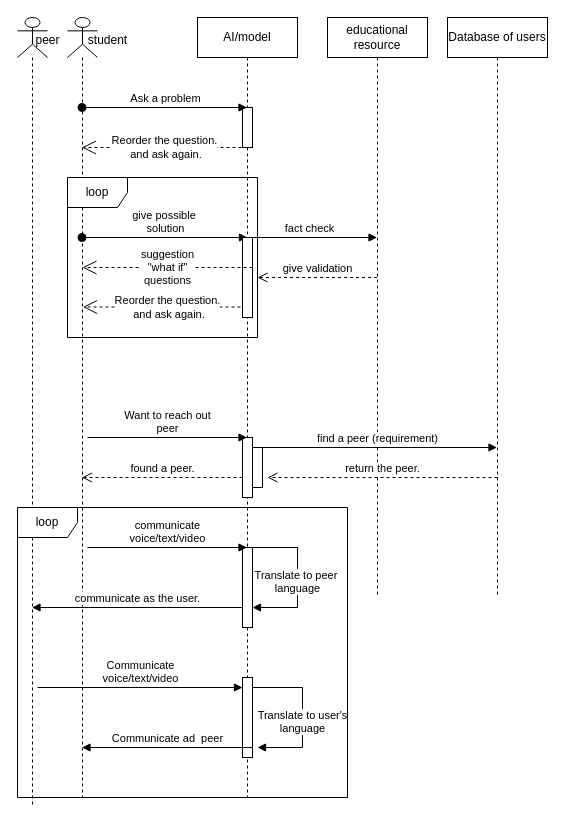
fit-s-u-m/drawings keeps this draw.io diagram as ITU_AI_For_good.drawio. Above is the earlier version. Source tidied: cells renumbered, new cells numbered last; positions are measured from the earlier drawing's top-left corner, leaving out a move shared by most shapes. Both pictures are drawn from the tidied source at 100%, with x=0, y=0 at pixel (17, 17).
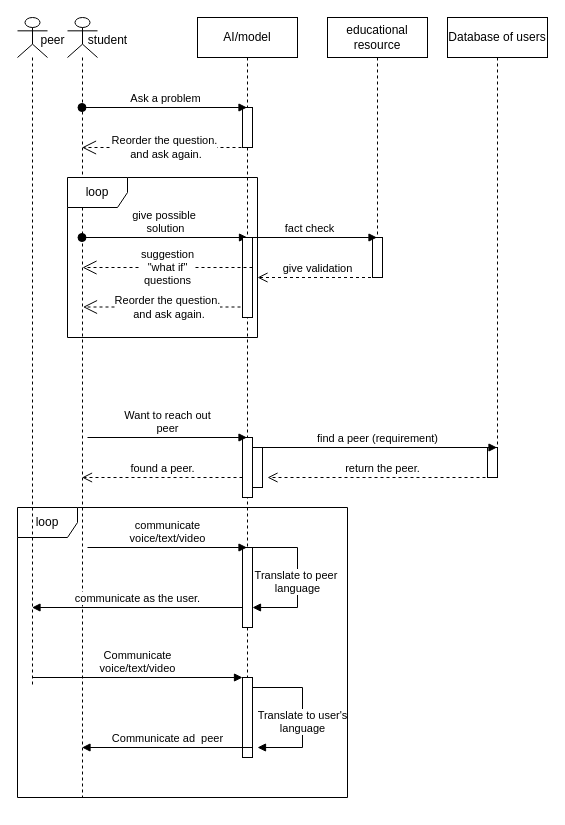
The same diagram, later.

Unchanged cells that the change refers to:
```xml
<mxCell id="8" style="html=1;points=[[0,0,0,0,5],[0,1,0,0,-5],[1,0,0,0,5],[1,1,0,0,-5]];perimeter=orthogonalPerimeter;outlineConnect=0;targetShapes=umlLifeline;portConstraint=eastwest;newEdgeStyle={&quot;curved&quot;:0,&quot;rounded&quot;:0};" parent="3" vertex="1">
  <mxGeometry x="45" y="660" width="10" height="80" as="geometry" />
</mxCell>
```

Change to the diagram source:
```diff
@@
     <mxCell id="2" value="educational resource" style="shape=umlLifeline;perimeter=lifelinePerimeter;whiteSpace=wrap;html=1;outlineConnect=0;portConstraint=eastwest;newEdgeStyle={&quot;curved&quot;:0,&quot;rounded&quot;:0};" parent="1" vertex="1">
-      <mxGeometry x="310" width="100" height="580" as="geometry" />
+      <mxGeometry x="310" width="100" height="260" as="geometry" />
     </mxCell>
+    <mxCell id="34" style="html=1;perimeter=orthogonalPerimeter;targetShapes=umlLifeline;newEdgeStyle={&quot;curved&quot;:0,&quot;rounded&quot;:0};" parent="2" vertex="1">
+      <mxGeometry x="45" y="220" width="10" height="40" as="geometry" />
+    </mxCell>
     <mxCell id="3" value="AI/model" style="shape=umlLifeline;perimeter=lifelinePerimeter;whiteSpace=wrap;html=1;outlineConnect=0;portConstraint=eastwest;newEdgeStyle={&quot;curved&quot;:0,&quot;rounded&quot;:0};" parent="1" vertex="1">
-      <mxGeometry x="180" width="100" height="780" as="geometry" />
+      <mxGeometry x="180" width="100" height="740" as="geometry" />
     </mxCell>
@@
-    <mxCell id="13" style="shape=umlLifeline;perimeter=lifelinePerimeter;whiteSpace=wrap;html=1;outlineConnect=0;portConstraint=eastwest;newEdgeStyle={&quot;curved&quot;:0,&quot;rounded&quot;:0};participant=umlActor;" parent="1" vertex="1">
-      <mxGeometry width="30" height="790" as="geometry" />
-    </mxCell>
     <mxCell id="14" value="peer" style="text;html=1;align=center;verticalAlign=middle;strokeColor=none;fillColor=none;" parent="1" vertex="1">
-      <mxGeometry x="5" y="8" width="50" height="30" as="geometry" />
+      <mxGeometry x="10" y="8" width="50" height="30" as="geometry" />
     </mxCell>
@@
     <mxCell id="23" value="Database of users" style="shape=umlLifeline;perimeter=lifelinePerimeter;whiteSpace=wrap;html=1;outlineConnect=0;portConstraint=eastwest;newEdgeStyle={&quot;curved&quot;:0,&quot;rounded&quot;:0};" parent="1" vertex="1">
-      <mxGeometry x="430" width="100" height="580" as="geometry" />
+      <mxGeometry x="430" width="100" height="460" as="geometry" />
     </mxCell>
+    <mxCell id="35" style="html=1;perimeter=orthogonalPerimeter;targetShapes=umlLifeline;newEdgeStyle={&quot;curved&quot;:0,&quot;rounded&quot;:0};" parent="23" vertex="1">
+      <mxGeometry x="40" y="430" width="10" height="30" as="geometry" />
+    </mxCell>
@@
-    <mxCell id="31" value="Communicate&lt;div&gt;voice/text/video&lt;/div&gt;" style="html=1;verticalAlign=bottom;endArrow=block;curved=0;rounded=0;" parent="1" edge="1" target="8">
-      <mxGeometry relative="1" as="geometry">
-        <mxPoint x="20" y="670" as="sourcePoint" />
-      </mxGeometry>
+    <mxCell id="31" value="Communicate&lt;div&gt;voice/text/video&lt;/div&gt;" style="html=1;verticalAlign=bottom;endArrow=block;curved=0;rounded=0;" parent="1" edge="1" source="13" target="8">
+      <mxGeometry relative="1" as="geometry" />
     </mxCell>
@@
+    <mxCell id="13" style="shape=umlLifeline;perimeter=lifelinePerimeter;whiteSpace=wrap;html=1;outlineConnect=0;portConstraint=eastwest;newEdgeStyle={&quot;curved&quot;:0,&quot;rounded&quot;:0};participant=umlActor;" parent="1" vertex="1">
+      <mxGeometry width="30" height="670" as="geometry" />
+    </mxCell>
```
